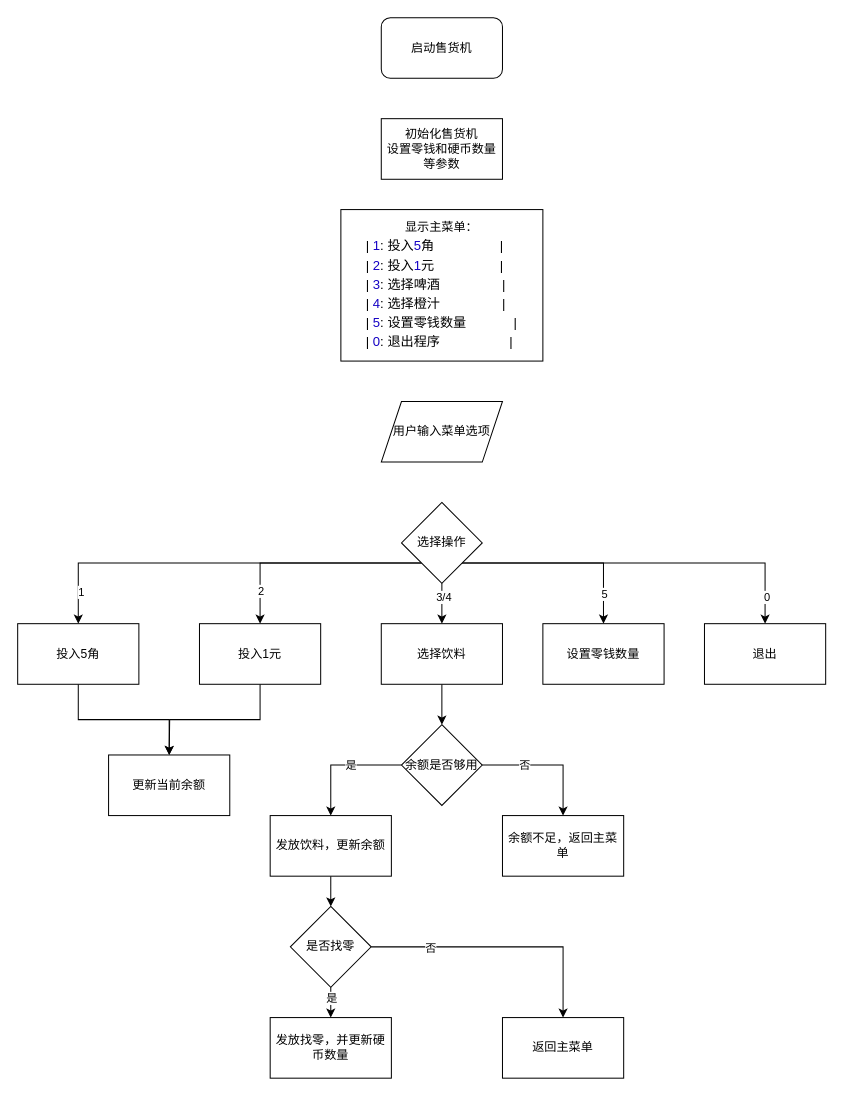
This is 黑盒测试2.drawio from dx2331lxz/drawio, a draw.io file, before an edit. Source tidied: cells renumbered, new cells numbered last; positions are measured from the earlier drawing's top-left corner, leaving out a move shared by most shapes. Both pictures are drawn from the tidied source at 101%, with x=0, y=0 at pixel (17, 17).
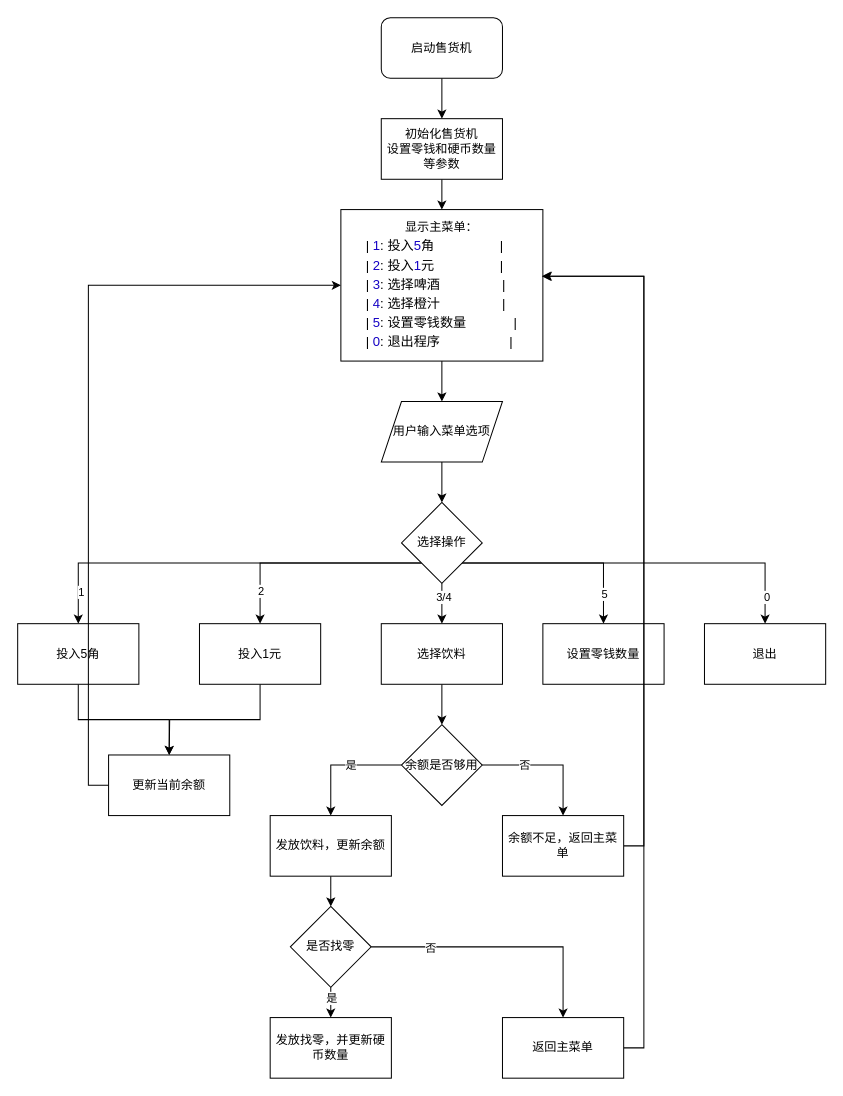
After the change.

Commit message (it also covers changes not shown here):
更新黑盒测试2.drawio

The change refers to these unchanged cells:
```xml
<mxCell id="2" value="启动售货机" style="rounded=1;whiteSpace=wrap;html=1;" parent="1" vertex="1">
  <mxGeometry x="360" width="120" height="60" as="geometry" />
</mxCell>
<mxCell id="3" value="显示主菜单：&lt;div&gt;&lt;p style=&quot;margin: 0px; font-variant-numeric: normal; font-variant-east-asian: normal; font-variant-alternates: normal; font-size-adjust: none; font-kerning: auto; font-optical-sizing: auto; font-feature-settings: normal; font-variation-settings: normal; font-variant-position: normal; font-stretch: normal; font-size: 13px; line-height: normal; font-family: &amp;quot;.AppleSystemUIFontMonospaced&amp;quot;; text-align: start;&quot; class=&quot;p1&quot;&gt;&lt;span class=&quot;Apple-converted-space&quot;&gt;|&amp;nbsp;&lt;/span&gt;&lt;span style=&quot;color: rgb(20, 0, 196);&quot; class=&quot;s1&quot;&gt;1&lt;/span&gt;: 投入&lt;span style=&quot;color: rgb(20, 0, 196);&quot; class=&quot;s1&quot;&gt;5&lt;/span&gt;角&lt;span class=&quot;Apple-converted-space&quot;&gt;&amp;nbsp; &amp;nbsp; &amp;nbsp; &amp;nbsp; &amp;nbsp; &amp;nbsp; &amp;nbsp; &amp;nbsp; &amp;nbsp; &lt;/span&gt;|&lt;/p&gt;&lt;p style=&quot;margin: 0px; font-variant-numeric: normal; font-variant-east-asian: normal; font-variant-alternates: normal; font-size-adjust: none; font-kerning: auto; font-optical-sizing: auto; font-feature-settings: normal; font-variation-settings: normal; font-variant-position: normal; font-stretch: normal; font-size: 13px; line-height: normal; font-family: &amp;quot;.AppleSystemUIFontMonospaced&amp;quot;; text-align: start;&quot; class=&quot;p1&quot;&gt;| &lt;span style=&quot;color: rgb(20, 0, 196);&quot; class=&quot;s1&quot;&gt;2&lt;/span&gt;: 投入&lt;span style=&quot;color: rgb(20, 0, 196);&quot; class=&quot;s1&quot;&gt;1&lt;/span&gt;元&lt;span class=&quot;Apple-converted-space&quot;&gt;&amp;nbsp; &amp;nbsp; &amp;nbsp; &amp;nbsp; &amp;nbsp; &amp;nbsp; &amp;nbsp; &amp;nbsp; &amp;nbsp; &lt;/span&gt;|&lt;/p&gt;&lt;p style=&quot;margin: 0px; font-variant-numeric: normal; font-variant-east-asian: normal; font-variant-alternates: normal; font-size-adjust: none; font-kerning: auto; font-optical-sizing: auto; font-feature-settings: normal; font-variation-settings: normal; font-variant-position: normal; font-stretch: normal; font-size: 13px; line-height: normal; font-family: &amp;quot;.AppleSystemUIFontMonospaced&amp;quot;; text-align: start;&quot; class=&quot;p1&quot;&gt;| &lt;span style=&quot;color: rgb(20, 0, 196);&quot; class=&quot;s1&quot;&gt;3&lt;/span&gt;: 选择啤酒 &lt;span class=&quot;Apple-converted-space&quot;&gt;&amp;nbsp; &amp;nbsp; &amp;nbsp; &amp;nbsp; &amp;nbsp; &amp;nbsp; &amp;nbsp; &amp;nbsp; &lt;/span&gt;|&lt;/p&gt;&lt;p style=&quot;margin: 0px; font-variant-numeric: normal; font-variant-east-asian: normal; font-variant-alternates: normal; font-size-adjust: none; font-kerning: auto; font-optical-sizing: auto; font-feature-settings: normal; font-variation-settings: normal; font-variant-position: normal; font-stretch: normal; font-size: 13px; line-height: normal; font-family: &amp;quot;.AppleSystemUIFontMonospaced&amp;quot;; text-align: start;&quot; class=&quot;p1&quot;&gt;| &lt;span style=&quot;color: rgb(20, 0, 196);&quot; class=&quot;s1&quot;&gt;4&lt;/span&gt;: 选择橙汁 &lt;span class=&quot;Apple-converted-space&quot;&gt;&amp;nbsp; &amp;nbsp; &amp;nbsp; &amp;nbsp; &amp;nbsp; &amp;nbsp; &amp;nbsp; &amp;nbsp; &lt;/span&gt;|&lt;/p&gt;&lt;p style=&quot;margin: 0px; font-variant-numeric: normal; font-variant-east-asian: normal; font-variant-alternates: normal; font-size-adjust: none; font-kerning: auto; font-optical-sizing: auto; font-feature-settings: normal; font-variation-settings: normal; font-variant-position: normal; font-stretch: normal; font-size: 13px; line-height: normal; font-family: &amp;quot;.AppleSystemUIFontMonospaced&amp;quot;; text-align: start;&quot; class=&quot;p1&quot;&gt;| &lt;span style=&quot;color: rgb(20, 0, 196);&quot; class=&quot;s1&quot;&gt;5&lt;/span&gt;: 设置零钱数量 &lt;span class=&quot;Apple-converted-space&quot;&gt;&amp;nbsp; &amp;nbsp; &amp;nbsp; &amp;nbsp; &amp;nbsp; &amp;nbsp; &lt;/span&gt;|&lt;/p&gt;&lt;p style=&quot;margin: 0px; font-variant-numeric: normal; font-variant-east-asian: normal; font-variant-alternates: normal; font-size-adjust: none; font-kerning: auto; font-optical-sizing: auto; font-feature-settings: normal; font-variation-settings: normal; font-variant-position: normal; font-stretch: normal; font-size: 13px; line-height: normal; font-family: &amp;quot;.AppleSystemUIFontMonospaced&amp;quot;; text-align: start;&quot; class=&quot;p1&quot;&gt;| &lt;span style=&quot;color: rgb(20, 0, 196);&quot; class=&quot;s1&quot;&gt;0&lt;/span&gt;: 退出程序&lt;span class=&quot;Apple-converted-space&quot;&gt;&amp;nbsp; &amp;nbsp; &amp;nbsp; &amp;nbsp; &amp;nbsp; &amp;nbsp; &amp;nbsp; &amp;nbsp; &amp;nbsp; &amp;nbsp;|&lt;/span&gt;&lt;/p&gt;&lt;/div&gt;" style="rounded=0;whiteSpace=wrap;html=1;" parent="1" vertex="1">
  <mxGeometry x="320" y="190" width="200" height="150" as="geometry" />
</mxCell>
<mxCell id="4" value="用户输入菜单选项" style="shape=parallelogram;perimeter=parallelogramPerimeter;whiteSpace=wrap;html=1;fixedSize=1;" parent="1" vertex="1">
  <mxGeometry x="360" y="380" width="120" height="60" as="geometry" />
</mxCell>
<mxCell id="15" value="选择操作" style="rhombus;whiteSpace=wrap;html=1;" parent="1" vertex="1">
  <mxGeometry x="380" y="480" width="80" height="80" as="geometry" />
</mxCell>
<mxCell id="24" value="初始化售货机&lt;div&gt;设置零钱和硬币数量等参数&lt;/div&gt;" style="rounded=0;whiteSpace=wrap;html=1;" parent="1" vertex="1">
  <mxGeometry x="360" y="100" width="120" height="60" as="geometry" />
</mxCell>
<mxCell id="25" value="更新当前余额" style="rounded=0;whiteSpace=wrap;html=1;" parent="1" vertex="1">
  <mxGeometry x="90" y="730" width="120" height="60" as="geometry" />
</mxCell>
<mxCell id="31" value="余额不足，返回主菜单" style="rounded=0;whiteSpace=wrap;html=1;" parent="1" vertex="1">
  <mxGeometry x="480" y="790" width="120" height="60" as="geometry" />
</mxCell>
<mxCell id="40" value="返回主菜单" style="rounded=0;whiteSpace=wrap;html=1;" parent="1" vertex="1">
  <mxGeometry x="480" y="990" width="120" height="60" as="geometry" />
</mxCell>
```

Change to the diagram source:
```diff
@@
+    <mxCell id="41" style="edgeStyle=orthogonalEdgeStyle;rounded=0;jettySize=auto;html=1;" parent="1" edge="1" source="2" target="24">
+      <mxGeometry relative="1" as="geometry" />
+    </mxCell>
@@
+    <mxCell id="42" style="edgeStyle=orthogonalEdgeStyle;rounded=0;jettySize=auto;html=1;" parent="1" edge="1" source="3" target="4">
+      <mxGeometry relative="1" as="geometry" />
+    </mxCell>
@@
+    <mxCell id="43" style="edgeStyle=orthogonalEdgeStyle;rounded=0;jettySize=auto;html=1;" parent="1" edge="1" source="4" target="15">
+      <mxGeometry relative="1" as="geometry" />
+    </mxCell>
@@
+    <mxCell id="44" style="edgeStyle=orthogonalEdgeStyle;rounded=0;jettySize=auto;html=1;" parent="1" edge="1" source="24" target="3">
+      <mxGeometry relative="1" as="geometry" />
+    </mxCell>
@@
+    <mxCell id="45" style="edgeStyle=orthogonalEdgeStyle;rounded=0;jettySize=auto;html=1;exitX=0;exitY=0.5;exitDx=0;exitDy=0;entryX=0;entryY=0.5;entryDx=0;entryDy=0;" parent="1" edge="1" source="25" target="3">
+      <mxGeometry relative="1" as="geometry" />
+    </mxCell>
@@
+    <mxCell id="46" style="edgeStyle=orthogonalEdgeStyle;rounded=0;jettySize=auto;html=1;exitX=1;exitY=0.5;exitDx=0;exitDy=0;entryX=1;entryY=0.44;entryDx=0;entryDy=0;entryPerimeter=0;" parent="1" edge="1" source="31" target="3">
+      <mxGeometry relative="1" as="geometry" />
+    </mxCell>
@@
+    <mxCell id="47" style="edgeStyle=orthogonalEdgeStyle;rounded=0;jettySize=auto;html=1;exitX=1;exitY=0.5;exitDx=0;exitDy=0;entryX=0.995;entryY=0.44;entryDx=0;entryDy=0;entryPerimeter=0;" parent="1" edge="1" source="40" target="3">
+      <mxGeometry relative="1" as="geometry" />
+    </mxCell>
```
